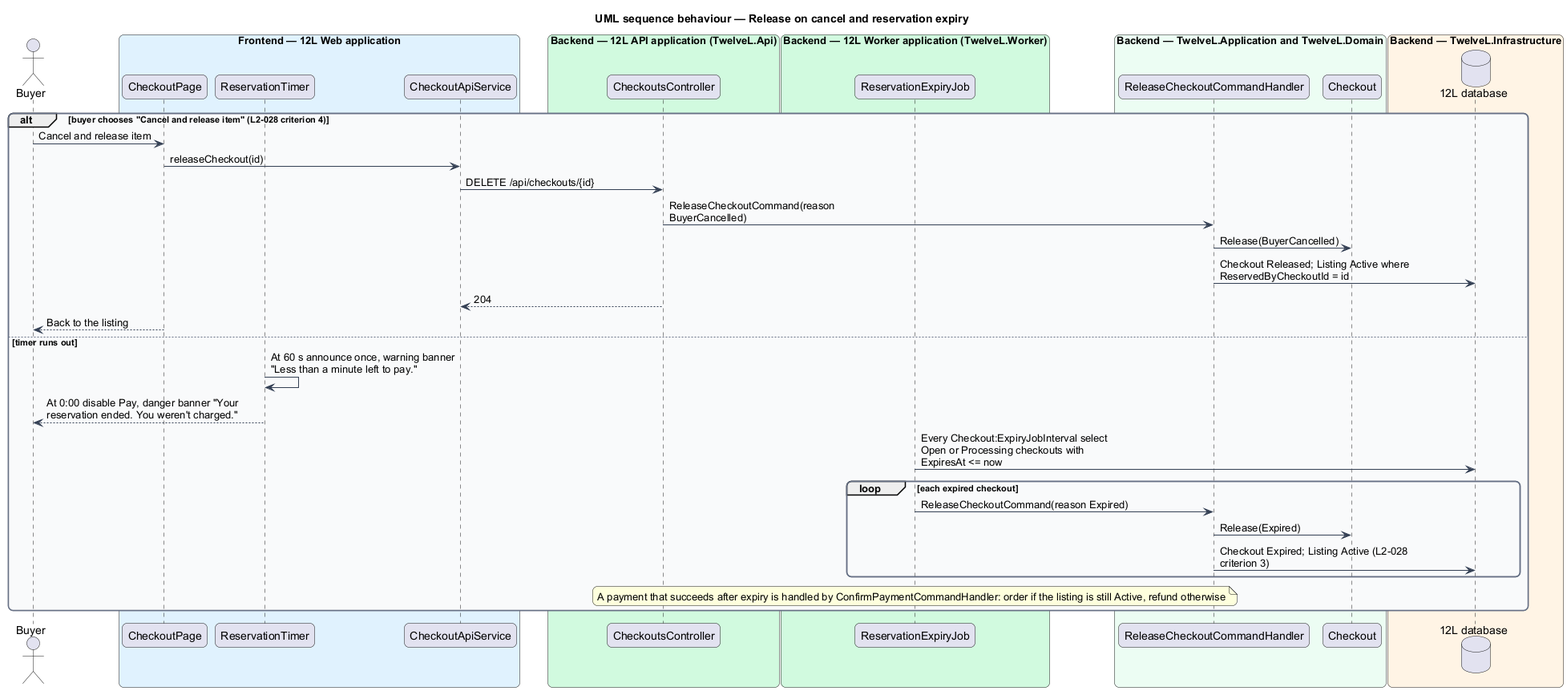
The PlantUML diagram docs/detailed-designs/orders/checkout-and-pay/diagrams/sequence-release-and-expiry.png in QuinntyneBrown/12l, before a commit.
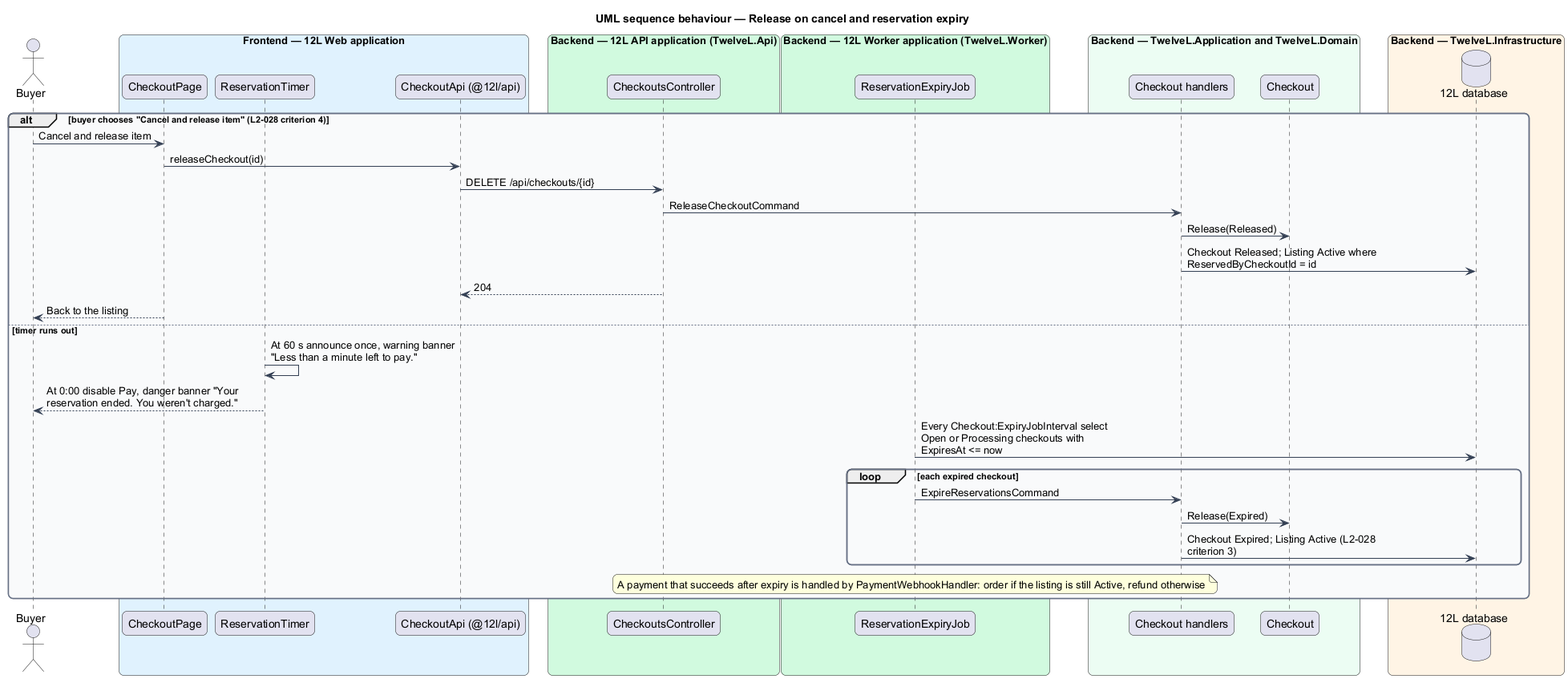
After the change.

Change to the diagram source:
```diff
@@ -20,7 +20,7 @@
 box "Frontend — 12L Web application" #E0F2FE
   participant "CheckoutPage" as page
   participant "ReservationTimer" as timer
-  participant "CheckoutApiService" as client
+  participant "CheckoutApi (@12l/api)" as client
 end box
 box "Backend — 12L API application (TwelveL.Api)" #D1FADF
   participant "CheckoutsController" as ctrl
@@ -29,7 +29,7 @@
   participant "ReservationExpiryJob" as job
 end box
 box "Backend — TwelveL.Application and TwelveL.Domain" #ECFDF3
-  participant "ReleaseCheckoutCommandHandler" as h
+  participant "Checkout handlers" as h
   participant "Checkout" as co
 end box
 box "Backend — TwelveL.Infrastructure" #FFF4E5
@@ -39,8 +39,8 @@
   actor -> page : Cancel and release item
   page -> client : releaseCheckout(id)
   client -> ctrl : DELETE /api/checkouts/{id}
-  ctrl -> h : ReleaseCheckoutCommand(reason BuyerCancelled)
-  h -> co : Release(BuyerCancelled)
+  ctrl -> h : ReleaseCheckoutCommand
+  h -> co : Release(Released)
   h -> db : Checkout Released; Listing Active where ReservedByCheckoutId = id
   ctrl --> client : 204
   page --> actor : Back to the listing
@@ -49,10 +49,10 @@
   timer --> actor : At 0:00 disable Pay, danger banner "Your reservation ended. You weren't charged."
   job -> db : Every Checkout:ExpiryJobInterval select Open or Processing checkouts with ExpiresAt <= now
   loop each expired checkout
-    job -> h : ReleaseCheckoutCommand(reason Expired)
+    job -> h : ExpireReservationsCommand
     h -> co : Release(Expired)
     h -> db : Checkout Expired; Listing Active (L2-028 criterion 3)
   end
-  note over job : A payment that succeeds after expiry is handled by ConfirmPaymentCommandHandler: order if the listing is still Active, refund otherwise
+  note over job : A payment that succeeds after expiry is handled by PaymentWebhookHandler: order if the listing is still Active, refund otherwise
 end
 @enduml
```
